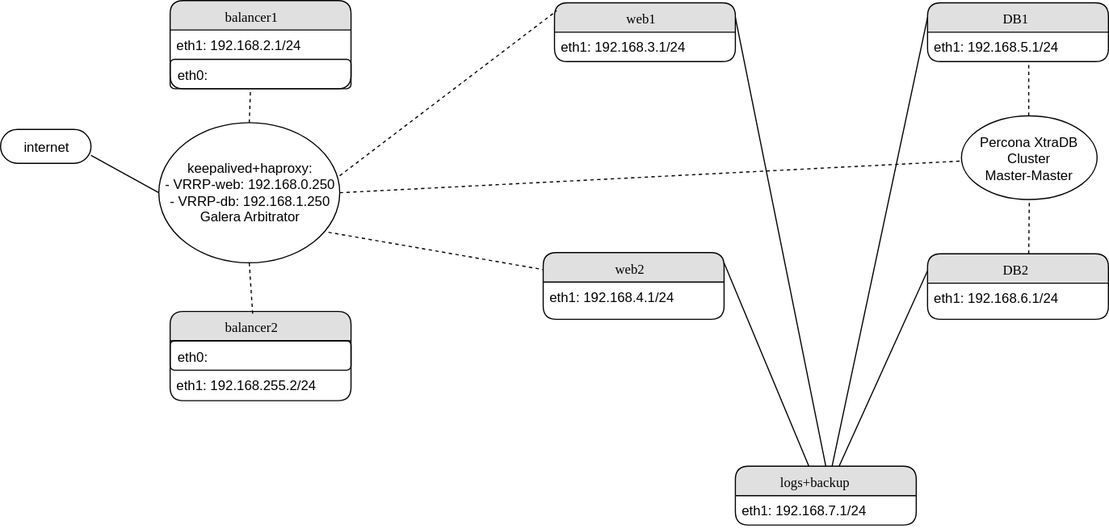
Earlier version of the draw.io export 5.Project/Networkchart_cluster.svg (YogSottot/otus_linux_1804). Source tidied: cells renumbered, new cells last; positions are measured from the earlier drawing's top-left corner, leaving out a move shared by most shapes.
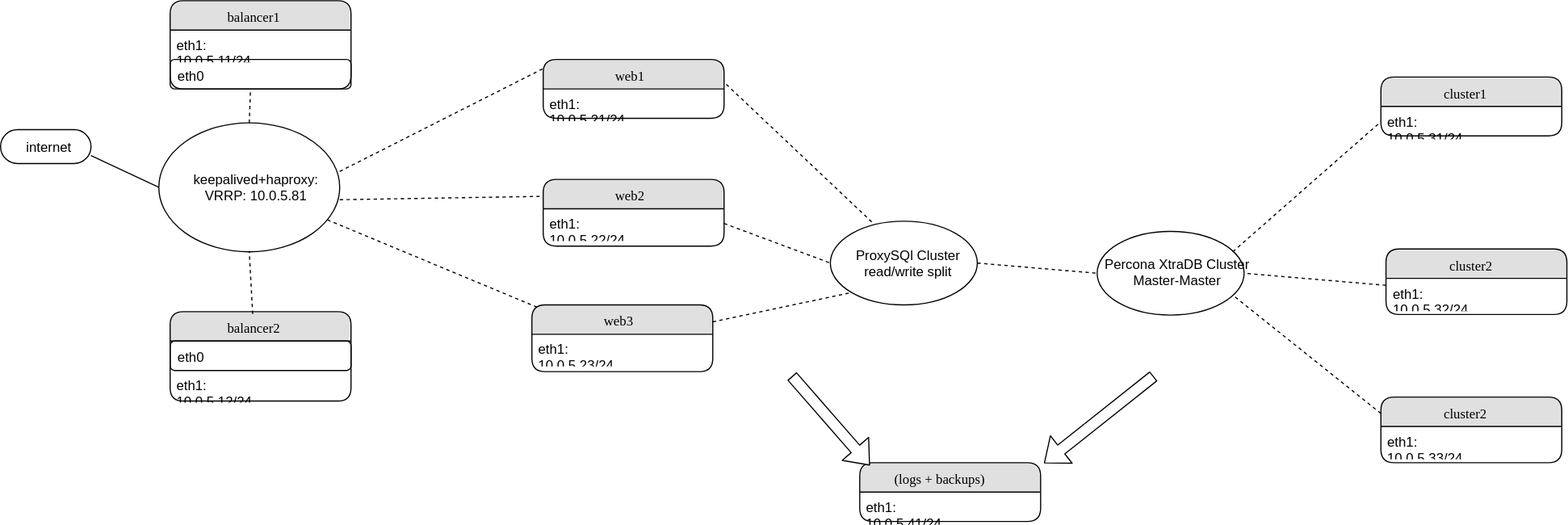
The same diagram one commit later.

What changed in the source:
```diff
@@ -5,7 +5,7 @@
     <mxCell id="2" value="balancer1" style="swimlane;html=1;fontStyle=0;horizontal=1;startSize=26;fillColor=#e0e0e0;swimlaneFillColor=#ffffff;align=center;rounded=1;shadow=0;comic=0;labelBackgroundColor=none;strokeColor=#000000;strokeWidth=1;fontFamily=Verdana;fontSize=12;fontColor=#000000;" parent="1" vertex="1">
       <mxGeometry x="150" width="160" height="78" as="geometry" />
     </mxCell>
-    <mxCell id="3" value="eth1: 192.168.2.1/24" style="text;html=1;strokeColor=none;fillColor=none;spacingLeft=4;spacingRight=4;whiteSpace=wrap;overflow=hidden;" parent="2" vertex="1">
+    <mxCell id="3" value="eth1: 10.0.5.11/24" style="text;html=1;strokeColor=none;fillColor=none;spacingLeft=4;spacingRight=4;whiteSpace=wrap;overflow=hidden;" parent="2" vertex="1">
       <mxGeometry y="26" width="160" height="26" as="geometry" />
     </mxCell>
     <mxCell id="4" value="eth0: " style="text;html=1;strokeColor=#000000;fillColor=none;spacingLeft=4;spacingRight=4;whiteSpace=wrap;overflow=hidden;points=[[0,0.5],[1,0.5]];portConstraint=eastwest;rounded=1;" parent="2" vertex="1">
@@ -17,7 +17,7 @@
     <mxCell id="6" value="eth0:" style="text;html=1;strokeColor=#000000;fillColor=none;spacingLeft=4;spacingRight=4;whiteSpace=wrap;overflow=hidden;rounded=1;" parent="5" vertex="1">
       <mxGeometry y="26" width="160" height="26" as="geometry" />
     </mxCell>
-    <mxCell id="7" value="eth1: 192.168.255.2/24" style="text;html=1;strokeColor=none;fillColor=none;spacingLeft=4;spacingRight=4;whiteSpace=wrap;overflow=hidden;" parent="5" vertex="1">
+    <mxCell id="7" value="eth1: 10.0.5.12/24" style="text;html=1;strokeColor=none;fillColor=none;spacingLeft=4;spacingRight=4;whiteSpace=wrap;overflow=hidden;" parent="5" vertex="1">
       <mxGeometry y="52" width="160" height="26" as="geometry" />
     </mxCell>
     <mxCell id="8" value="internet" style="whiteSpace=wrap;html=1;rounded=1;arcSize=50;align=center;verticalAlign=middle;strokeWidth=1;spacing=4;comic=0;fillColor=none;" parent="1" vertex="1">
@@ -26,82 +26,102 @@
     <mxCell id="9" style="endArrow=none;html=1;exitX=1;exitY=0.75;entryX=0;entryY=0.5;" parent="1" edge="1" source="8" target="10">
       <mxGeometry relative="1" as="geometry" />
     </mxCell>
-    <mxCell id="10" value="keepalived+haproxy:&lt;br&gt;- VRRP-web: 192.168.0.250&lt;br&gt;- VRRP-db: 192.168.1.250&lt;br&gt;Galera Arbitrator" style="ellipse;whiteSpace=wrap;html=1;" parent="1" vertex="1">
-      <mxGeometry x="140" y="108" width="160" height="124" as="geometry" />
+    <mxCell id="10" value="keepalived+haproxy:&lt;br&gt;VRRP: 10.0.5.81" style="ellipse;whiteSpace=wrap;html=1;" parent="1" vertex="1">
+      <mxGeometry x="140" y="108" width="160" height="114" as="geometry" />
     </mxCell>
     <mxCell id="11" style="endArrow=none;dashed=1;html=1;exitX=0.5;exitY=0;entryX=0.444;entryY=1.115;entryPerimeter=0;" parent="1" edge="1" source="10" target="4">
       <mxGeometry relative="1" as="geometry" />
     </mxCell>
     <mxCell id="12" value="web1" style="swimlane;html=1;fontStyle=0;horizontal=1;startSize=26;fillColor=#e0e0e0;swimlaneFillColor=#ffffff;align=center;rounded=1;shadow=0;comic=0;labelBackgroundColor=none;strokeColor=#000000;strokeWidth=1;fontFamily=Verdana;fontSize=12;fontColor=#000000;" parent="1" vertex="1">
-      <mxGeometry x="490" y="2" width="160" height="52" as="geometry" />
+      <mxGeometry x="480" y="52" width="160" height="52" as="geometry" />
     </mxCell>
-    <mxCell id="13" value="eth1: 192.168.3.1/24" style="text;html=1;strokeColor=none;fillColor=none;spacingLeft=4;spacingRight=4;whiteSpace=wrap;overflow=hidden;points=[[0,0.5],[1,0.5]];portConstraint=eastwest;" parent="12" vertex="1">
+    <mxCell id="13" value="eth1: 10.0.5.21/24" style="text;html=1;strokeColor=none;fillColor=none;spacingLeft=4;spacingRight=4;whiteSpace=wrap;overflow=hidden;points=[[0,0.5],[1,0.5]];portConstraint=eastwest;" parent="12" vertex="1">
       <mxGeometry y="26" width="160" height="26" as="geometry" />
     </mxCell>
     <mxCell id="14" value="web2" style="swimlane;html=1;fontStyle=0;horizontal=1;startSize=26;fillColor=#e0e0e0;swimlaneFillColor=#ffffff;align=center;rounded=1;shadow=0;comic=0;labelBackgroundColor=none;strokeColor=#000000;strokeWidth=1;fontFamily=Verdana;fontSize=12;fontColor=#000000;" parent="1" vertex="1">
-      <mxGeometry x="480" y="223" width="160" height="59" as="geometry" />
+      <mxGeometry x="480" y="158" width="160" height="59" as="geometry" />
     </mxCell>
-    <mxCell id="15" value="eth1: 192.168.4.1/24" style="text;html=1;strokeColor=none;fillColor=none;spacingLeft=4;spacingRight=4;whiteSpace=wrap;overflow=hidden;points=[[0,0.5],[1,0.5]];portConstraint=eastwest;" parent="14" vertex="1">
+    <mxCell id="15" value="eth1: 10.0.5.22/24" style="text;html=1;strokeColor=none;fillColor=none;spacingLeft=4;spacingRight=4;whiteSpace=wrap;overflow=hidden;points=[[0,0.5],[1,0.5]];portConstraint=eastwest;" parent="14" vertex="1">
       <mxGeometry y="26" width="160" height="26" as="geometry" />
     </mxCell>
-    <mxCell id="16" style="endArrow=none;dashed=1;html=1;entryX=0;entryY=0.25;exitX=0.936;exitY=0.781;exitPerimeter=0;" parent="1" edge="1" source="10" target="14">
+    <mxCell id="16" style="endArrow=none;dashed=1;html=1;entryX=0;entryY=0.25;exitX=1;exitY=0.597;exitPerimeter=0;" parent="1" edge="1" source="10" target="14">
       <mxGeometry relative="1" as="geometry" />
     </mxCell>
     <mxCell id="17" style="endArrow=none;dashed=1;html=1;entryX=0.013;entryY=0.141;entryPerimeter=0;exitX=1;exitY=0.375;exitPerimeter=0;" parent="1" edge="1" source="10" target="12">
       <mxGeometry relative="1" as="geometry" />
     </mxCell>
-    <mxCell id="18" value="DB1" style="swimlane;html=1;fontStyle=0;horizontal=1;startSize=26;fillColor=#e0e0e0;swimlaneFillColor=#ffffff;align=center;rounded=1;shadow=0;comic=0;labelBackgroundColor=none;strokeColor=#000000;strokeWidth=1;fontFamily=Verdana;fontSize=12;fontColor=#000000;" parent="1" vertex="1">
-      <mxGeometry x="820" y="2" width="160" height="52" as="geometry" />
+    <mxCell id="18" value="cluster1" style="swimlane;html=1;fontStyle=0;horizontal=1;startSize=26;fillColor=#e0e0e0;swimlaneFillColor=#ffffff;align=center;rounded=1;shadow=0;comic=0;labelBackgroundColor=none;strokeColor=#000000;strokeWidth=1;fontFamily=Verdana;fontSize=12;fontColor=#000000;" parent="1" vertex="1">
+      <mxGeometry x="1221" y="67.5" width="160" height="52" as="geometry" />
     </mxCell>
-    <mxCell id="19" value="eth1: 192.168.5.1/24" style="text;html=1;strokeColor=none;fillColor=none;spacingLeft=4;spacingRight=4;whiteSpace=wrap;overflow=hidden;points=[[0,0.5],[1,0.5]];portConstraint=eastwest;" parent="18" vertex="1">
+    <mxCell id="19" value="eth1: 10.0.5.31/24" style="text;html=1;strokeColor=none;fillColor=none;spacingLeft=4;spacingRight=4;whiteSpace=wrap;overflow=hidden;points=[[0,0.5],[1,0.5]];portConstraint=eastwest;" parent="18" vertex="1">
       <mxGeometry y="26" width="160" height="26" as="geometry" />
     </mxCell>
-    <mxCell id="20" value="DB2" style="swimlane;html=1;fontStyle=0;horizontal=1;startSize=26;fillColor=#e0e0e0;swimlaneFillColor=#ffffff;align=center;rounded=1;shadow=0;comic=0;labelBackgroundColor=none;strokeColor=#000000;strokeWidth=1;fontFamily=Verdana;fontSize=12;fontColor=#000000;" parent="1" vertex="1">
-      <mxGeometry x="820" y="224" width="160" height="58" as="geometry" />
+    <mxCell id="20" value="cluster2" style="swimlane;html=1;fontStyle=0;horizontal=1;startSize=26;fillColor=#e0e0e0;swimlaneFillColor=#ffffff;align=center;rounded=1;shadow=0;comic=0;labelBackgroundColor=none;strokeColor=#000000;strokeWidth=1;fontFamily=Verdana;fontSize=12;fontColor=#000000;" parent="1" vertex="1">
+      <mxGeometry x="1225.5" y="219.5" width="160" height="58" as="geometry" />
     </mxCell>
-    <mxCell id="21" value="eth1: 192.168.6.1/24" style="text;html=1;strokeColor=none;fillColor=none;spacingLeft=4;spacingRight=4;whiteSpace=wrap;overflow=hidden;points=[[0,0.5],[1,0.5]];portConstraint=eastwest;" parent="20" vertex="1">
+    <mxCell id="21" value="eth1: 10.0.5.32/24" style="text;html=1;strokeColor=none;fillColor=none;spacingLeft=4;spacingRight=4;whiteSpace=wrap;overflow=hidden;points=[[0,0.5],[1,0.5]];portConstraint=eastwest;" parent="20" vertex="1">
       <mxGeometry y="26" width="160" height="26" as="geometry" />
     </mxCell>
-    <mxCell id="22" value="logs+backup" style="swimlane;html=1;fontStyle=0;horizontal=1;startSize=26;fillColor=#e0e0e0;swimlaneFillColor=#ffffff;align=center;rounded=1;shadow=0;comic=0;labelBackgroundColor=none;strokeColor=#000000;strokeWidth=1;fontFamily=Verdana;fontSize=12;fontColor=#000000;" parent="1" vertex="1">
-      <mxGeometry x="650" y="412" width="160" height="52" as="geometry" />
+    <mxCell id="22" value="(logs + backups)" style="swimlane;html=1;fontStyle=0;horizontal=1;startSize=26;fillColor=#e0e0e0;swimlaneFillColor=#ffffff;align=center;rounded=1;shadow=0;comic=0;labelBackgroundColor=none;strokeColor=#000000;strokeWidth=1;fontFamily=Verdana;fontSize=12;fontColor=#000000;" parent="1" vertex="1">
+      <mxGeometry x="760" y="408.5" width="160" height="52" as="geometry" />
     </mxCell>
-    <mxCell id="23" value="eth1: 192.168.7.1/24" style="text;html=1;strokeColor=none;fillColor=none;spacingLeft=4;spacingRight=4;whiteSpace=wrap;overflow=hidden;" parent="22" vertex="1">
+    <mxCell id="23" value="eth1: 10.0.5.41/24" style="text;html=1;strokeColor=none;fillColor=none;spacingLeft=4;spacingRight=4;whiteSpace=wrap;overflow=hidden;" parent="22" vertex="1">
       <mxGeometry y="26" width="160" height="26" as="geometry" />
     </mxCell>
-    <mxCell id="24" style="endArrow=none;html=1;entryX=1;entryY=0.154;entryPerimeter=0;exitX=0.406;exitY=0;exitPerimeter=0;" parent="1" edge="1" source="22" target="14">
-      <mxGeometry relative="1" as="geometry" />
-    </mxCell>
-    <mxCell id="25" style="endArrow=none;html=1;entryX=0;entryY=0.25;" parent="1" edge="1" source="22" target="20">
-      <mxGeometry relative="1" as="geometry" />
-    </mxCell>
-    <mxCell id="26" style="endArrow=none;html=1;entryX=1;entryY=0.25;exitX=0.5;exitY=0;" parent="1" edge="1" source="22" target="12">
-      <mxGeometry relative="1" as="geometry" />
-    </mxCell>
-    <mxCell id="27" style="endArrow=none;html=1;entryX=0;entryY=0.25;" parent="1" edge="1" source="22" target="18">
-      <mxGeometry relative="1" as="geometry" />
-    </mxCell>
     <mxCell id="28" value="Percona XtraDB Cluster&lt;br&gt;Master-Master" style="ellipse;whiteSpace=wrap;html=1;" parent="1" vertex="1">
-      <mxGeometry x="850" y="102" width="120" height="74" as="geometry" />
+      <mxGeometry x="970" y="203.5" width="130" height="74" as="geometry" />
     </mxCell>
-    <mxCell id="29" style="endArrow=none;dashed=1;html=1;" parent="1" edge="1">
-      <mxGeometry relative="1" as="geometry">
-        <mxPoint x="909.5" y="224" as="sourcePoint" />
-        <mxPoint x="910" y="178" as="targetPoint" />
-      </mxGeometry>
+    <mxCell id="29" style="endArrow=none;dashed=1;html=1;entryX=1;entryY=0.5;" parent="1" edge="1" source="21" target="28">
+      <mxGeometry relative="1" as="geometry" />
     </mxCell>
-    <mxCell id="30" style="endArrow=none;dashed=1;html=1;" parent="1" edge="1">
-      <mxGeometry relative="1" as="geometry">
-        <mxPoint x="909.5" y="102" as="sourcePoint" />
-        <mxPoint x="909.5" y="56" as="targetPoint" />
-      </mxGeometry>
+    <mxCell id="30" style="endArrow=none;dashed=1;html=1;entryX=0;entryY=0.5;exitX=0.923;exitY=0.25;exitPerimeter=0;" parent="1" edge="1" source="28" target="19">
+      <mxGeometry relative="1" as="geometry" />
     </mxCell>
-    <mxCell id="31" style="endArrow=none;dashed=1;html=1;exitX=1;exitY=0.5;" parent="1" edge="1" source="10">
-      <mxGeometry relative="1" as="geometry">
-        <mxPoint x="850" y="142" as="targetPoint" />
-      </mxGeometry>
-    </mxCell>
     <mxCell id="32" style="endArrow=none;dashed=1;html=1;entryX=0.5;entryY=1;exitX=0.456;exitY=0.025;exitPerimeter=0;" parent="1" edge="1" source="5" target="10">
       <mxGeometry relative="1" as="geometry" />
     </mxCell>
+    <mxCell id="33" value="cluster2" style="swimlane;html=1;fontStyle=0;horizontal=1;startSize=26;fillColor=#e0e0e0;swimlaneFillColor=#ffffff;align=center;rounded=1;shadow=0;comic=0;labelBackgroundColor=none;strokeColor=#000000;strokeWidth=1;fontFamily=Verdana;fontSize=12;fontColor=#000000;" parent="1" vertex="1">
+      <mxGeometry x="1221" y="350.5" width="160" height="58" as="geometry" />
+    </mxCell>
+    <mxCell id="34" value="eth1: 10.0.5.33/24" style="text;html=1;strokeColor=none;fillColor=none;spacingLeft=4;spacingRight=4;whiteSpace=wrap;overflow=hidden;" parent="33" vertex="1">
+      <mxGeometry y="26" width="160" height="26" as="geometry" />
+    </mxCell>
+    <mxCell id="35" style="endArrow=none;dashed=1;html=1;exitX=0;exitY=0.25;entryX=0.938;entryY=0.791;entryPerimeter=0;" parent="1" edge="1" source="33" target="28">
+      <mxGeometry relative="1" as="geometry" />
+    </mxCell>
+    <mxCell id="36" value="web3" style="swimlane;html=1;fontStyle=0;horizontal=1;startSize=26;fillColor=#e0e0e0;swimlaneFillColor=#ffffff;align=center;rounded=1;shadow=0;comic=0;labelBackgroundColor=none;strokeColor=#000000;strokeWidth=1;fontFamily=Verdana;fontSize=12;fontColor=#000000;" parent="1" vertex="1">
+      <mxGeometry x="470" y="269" width="160" height="59" as="geometry" />
+    </mxCell>
+    <mxCell id="37" value="eth1: 10.0.5.23/24" style="text;html=1;strokeColor=none;fillColor=none;spacingLeft=4;spacingRight=4;whiteSpace=wrap;overflow=hidden;" parent="36" vertex="1">
+      <mxGeometry y="26" width="160" height="26" as="geometry" />
+    </mxCell>
+    <mxCell id="38" style="endArrow=none;dashed=1;html=1;entryX=0.044;entryY=0.051;entryPerimeter=0;" parent="1" edge="1" source="10" target="36">
+      <mxGeometry relative="1" as="geometry" />
+    </mxCell>
+    <mxCell id="39" value="ProxySQl Cluster&lt;br&gt;read/write split" style="ellipse;whiteSpace=wrap;html=1;" parent="1" vertex="1">
+      <mxGeometry x="734" y="195" width="130" height="74" as="geometry" />
+    </mxCell>
+    <mxCell id="40" style="endArrow=none;dashed=1;html=1;entryX=0;entryY=0.5;exitX=1;exitY=0.5;" parent="1" edge="1" source="39" target="28">
+      <mxGeometry relative="1" as="geometry" />
+    </mxCell>
+    <mxCell id="41" style="endArrow=none;dashed=1;html=1;entryX=0.285;entryY=0.014;entryPerimeter=0;exitX=1.013;exitY=-0.154;exitPerimeter=0;" parent="1" edge="1" source="13" target="39">
+      <mxGeometry relative="1" as="geometry" />
+    </mxCell>
+    <mxCell id="42" style="endArrow=none;dashed=1;html=1;entryX=0;entryY=0.5;exitX=1;exitY=0.5;" parent="1" edge="1" source="15" target="39">
+      <mxGeometry relative="1" as="geometry" />
+    </mxCell>
+    <mxCell id="43" style="endArrow=none;dashed=1;html=1;entryX=0;entryY=1;exitX=1;exitY=0.25;" parent="1" edge="1" source="36" target="39">
+      <mxGeometry relative="1" as="geometry" />
+    </mxCell>
+    <mxCell id="44" style="shape=flexArrow;endArrow=classic;html=1;fillColor=#ffffff;entryX=0.056;entryY=0.048;entryPerimeter=0;" parent="1" edge="1" target="22">
+      <mxGeometry relative="1" as="geometry">
+        <mxPoint x="700" y="332" as="sourcePoint" />
+      </mxGeometry>
+    </mxCell>
+    <mxCell id="45" style="shape=flexArrow;endArrow=classic;html=1;fillColor=#ffffff;entryX=1.019;entryY=0.01;entryPerimeter=0;" parent="1" edge="1" target="22">
+      <mxGeometry relative="1" as="geometry">
+        <mxPoint x="1020" y="332" as="sourcePoint" />
+      </mxGeometry>
+    </mxCell>
   </root>
 </mxGraphModel>
```
